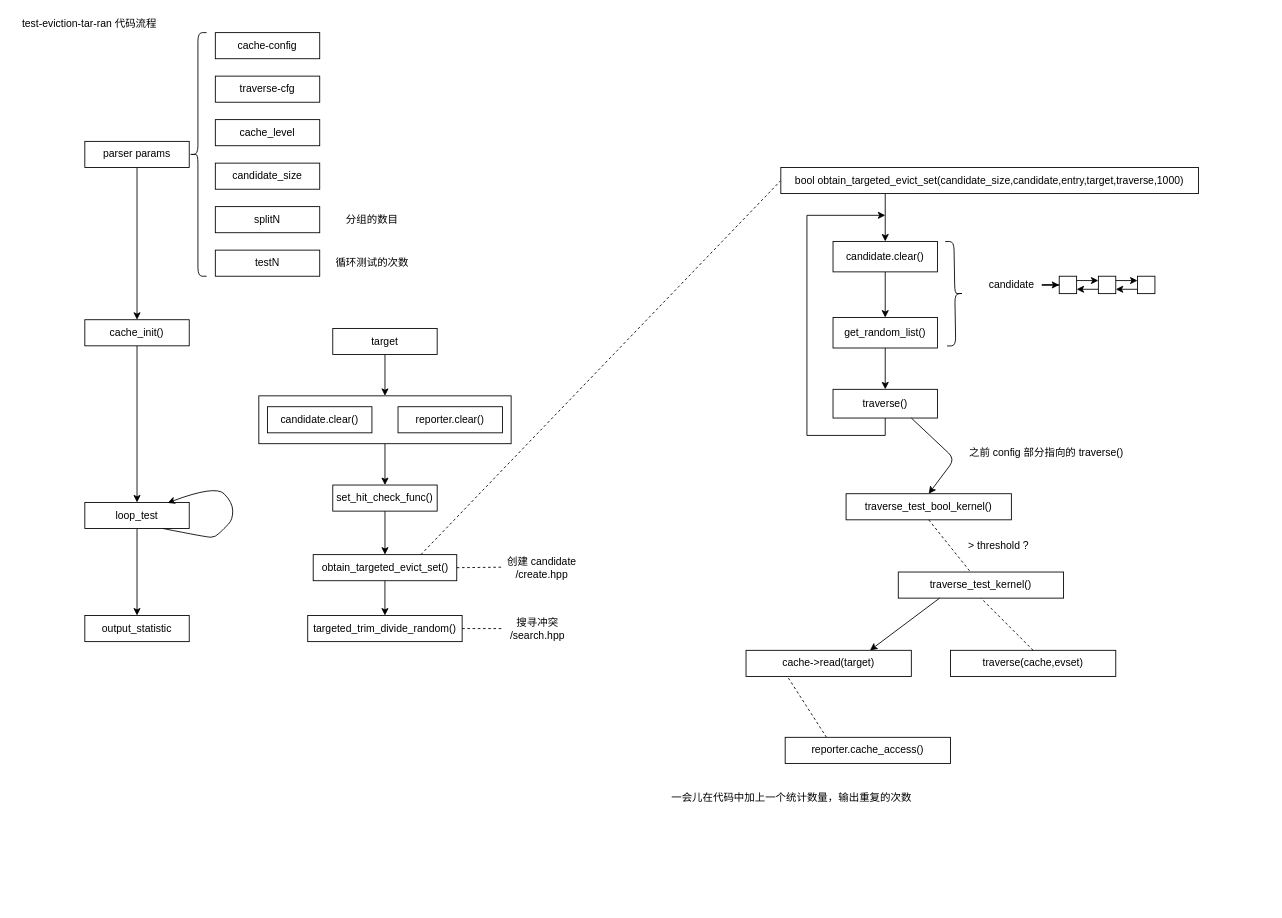
Before: page "attack" (3 of 5) of traverse.drawio in w112/graph, a draw.io diagram. Source tidied: cells renumbered, new cells numbered last; positions are measured from the earlier drawing's top-left corner, leaving out a move shared by most shapes. Both pictures are drawn from the tidied source at 87%, with x=0, y=0 at pixel (15, 15).
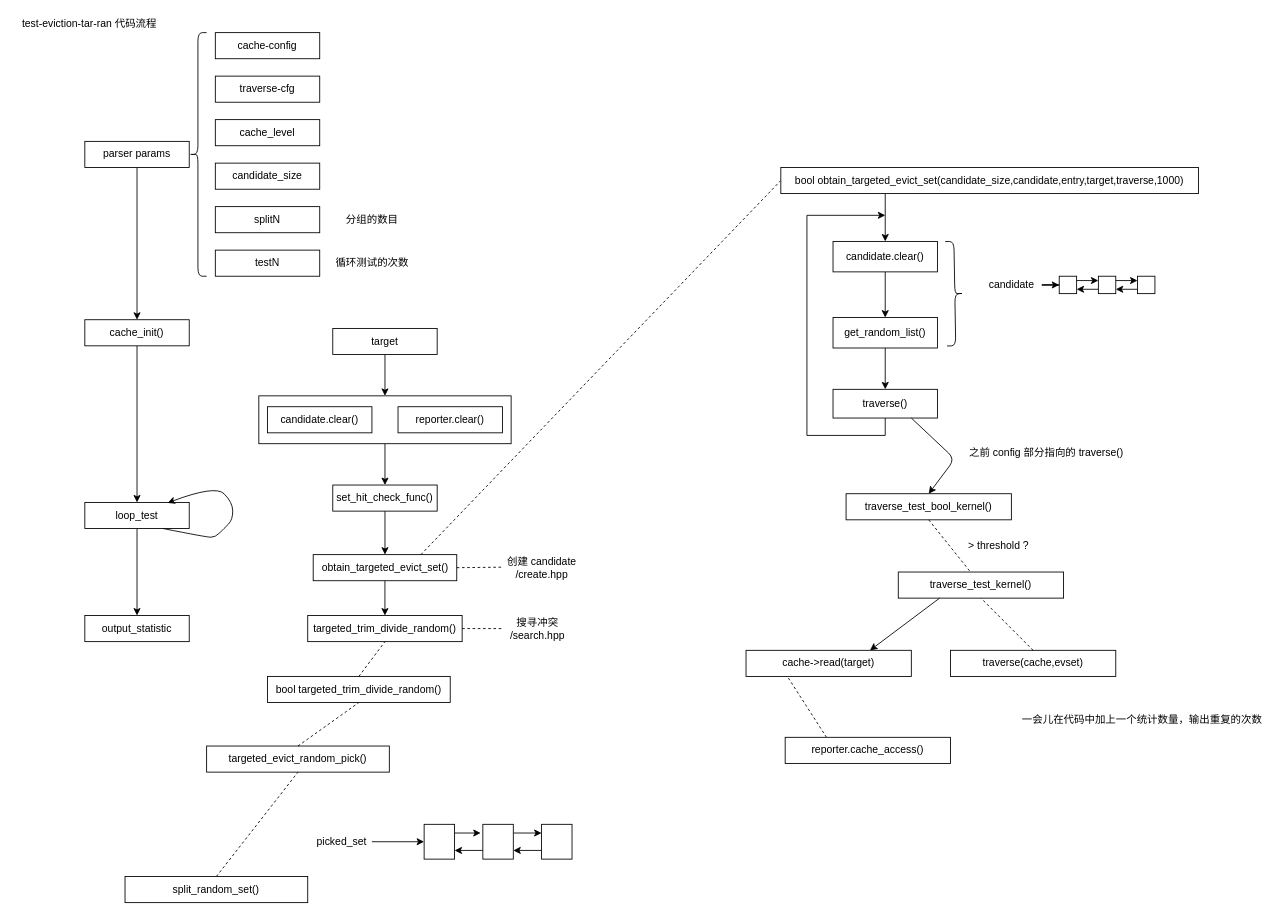
After the change.

The change refers to these unchanged cells:
```xml
<mxCell id="28" value="targeted_trim_divide_random()" style="rounded=0;whiteSpace=wrap;html=1;" parent="1" vertex="1">
  <mxGeometry x="336.2" y="690" width="177.5" height="30" as="geometry" />
</mxCell>
```

Diff of the diagram source:
```diff
@@
     <mxCell id="68" value="一会儿在代码中加上一个统计数量，输出重复的次数" style="text;html=1;align=center;verticalAlign=middle;" parent="1" vertex="1">
-      <mxGeometry x="747" y="890" width="290" height="20" as="geometry" />
+      <mxGeometry x="1150" y="800" width="290" height="20" as="geometry" />
     </mxCell>
+    <mxCell id="69" value="bool targeted_trim_divide_random()" style="rounded=0;whiteSpace=wrap;html=1;" parent="1" vertex="1">
+      <mxGeometry x="290" y="760" width="210" height="30" as="geometry" />
+    </mxCell>
+    <mxCell id="70" style="endArrow=none;dashed=1;html=1;exitX=0.5;exitY=0;exitDx=0;exitDy=0;entryX=0.5;entryY=1;entryDx=0;entryDy=0;" parent="1" edge="1" source="69" target="28">
+      <mxGeometry relative="1" as="geometry" />
+    </mxCell>
+    <mxCell id="71" value="targeted_evict_random_pick()" style="rounded=0;whiteSpace=wrap;html=1;" parent="1" vertex="1">
+      <mxGeometry x="220" y="840" width="210" height="30" as="geometry" />
+    </mxCell>
+    <mxCell id="72" value="split_random_set()" style="rounded=0;whiteSpace=wrap;html=1;" parent="1" vertex="1">
+      <mxGeometry x="126.2" y="990" width="210" height="30" as="geometry" />
+    </mxCell>
+    <mxCell id="73" style="endArrow=none;dashed=1;html=1;entryX=0.5;entryY=1;entryDx=0;entryDy=0;exitX=0.5;exitY=0;exitDx=0;exitDy=0;" parent="1" edge="1" source="71" target="69">
+      <mxGeometry relative="1" as="geometry" />
+    </mxCell>
+    <mxCell id="74" style="endArrow=none;dashed=1;html=1;entryX=0.5;entryY=1;entryDx=0;entryDy=0;exitX=0.5;exitY=0;exitDx=0;exitDy=0;" parent="1" edge="1" source="72" target="71">
+      <mxGeometry relative="1" as="geometry" />
+    </mxCell>
+    <mxCell id="75" style="edgeStyle=orthogonalEdgeStyle;rounded=0;jettySize=auto;html=1;entryX=0;entryY=0.5;entryDx=0;entryDy=0;" parent="1" edge="1" source="76" target="78">
+      <mxGeometry relative="1" as="geometry" />
+    </mxCell>
+    <mxCell id="76" value="picked_set" style="text;html=1;align=center;verticalAlign=middle;points=[];" parent="1" vertex="1">
+      <mxGeometry x="340" y="940" width="70" height="20" as="geometry" />
+    </mxCell>
+    <mxCell id="77" style="edgeStyle=orthogonalEdgeStyle;rounded=0;jettySize=auto;html=1;exitX=1;exitY=0.25;exitDx=0;exitDy=0;" parent="1" edge="1" source="78">
+      <mxGeometry relative="1" as="geometry">
+        <mxPoint x="535" y="940.1" as="targetPoint" />
+      </mxGeometry>
+    </mxCell>
+    <mxCell id="78" style="rounded=0;whiteSpace=wrap;html=1;" parent="1" vertex="1">
+      <mxGeometry x="470" y="930" width="35" height="40" as="geometry" />
+    </mxCell>
+    <mxCell id="79" style="edgeStyle=orthogonalEdgeStyle;rounded=0;jettySize=auto;html=1;exitX=0;exitY=0.75;exitDx=0;exitDy=0;entryX=1;entryY=0.75;entryDx=0;entryDy=0;" parent="1" edge="1" source="81" target="78">
+      <mxGeometry relative="1" as="geometry" />
+    </mxCell>
+    <mxCell id="80" style="edgeStyle=orthogonalEdgeStyle;rounded=0;jettySize=auto;html=1;exitX=1;exitY=0.25;exitDx=0;exitDy=0;entryX=0;entryY=0.25;entryDx=0;entryDy=0;" parent="1" edge="1" source="81" target="83">
+      <mxGeometry relative="1" as="geometry" />
+    </mxCell>
+    <mxCell id="81" style="rounded=0;whiteSpace=wrap;html=1;" parent="1" vertex="1">
+      <mxGeometry x="537.5" y="930" width="35" height="40" as="geometry" />
+    </mxCell>
+    <mxCell id="82" style="edgeStyle=orthogonalEdgeStyle;rounded=0;jettySize=auto;html=1;exitX=0;exitY=0.75;exitDx=0;exitDy=0;entryX=1;entryY=0.75;entryDx=0;entryDy=0;" parent="1" edge="1" source="83" target="81">
+      <mxGeometry relative="1" as="geometry" />
+    </mxCell>
+    <mxCell id="83" style="rounded=0;whiteSpace=wrap;html=1;" parent="1" vertex="1">
+      <mxGeometry x="605" y="930" width="35" height="40" as="geometry" />
+    </mxCell>
```
